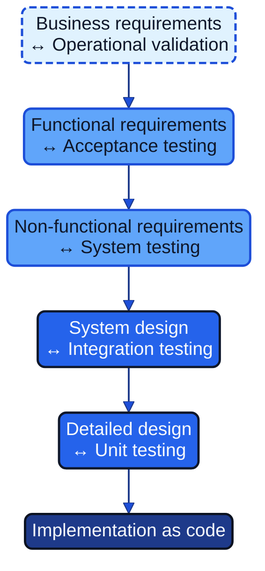
This is docs/images/diagram_02_v_model.png from Geonitab/architecture_as_code, a Mermaid export, as it was before one commit. Its source is kept beside it as docs/images/diagram_02_v_model.mmd.
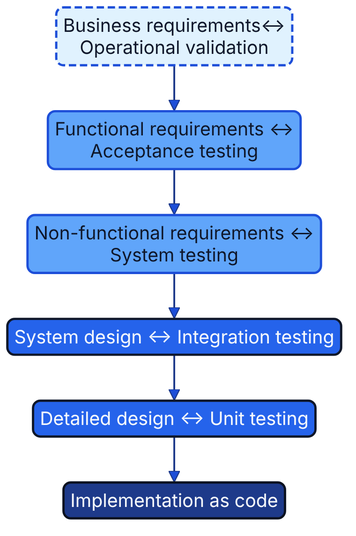
Later version of the same file.

The edit, as a diff of the source:
```diff
@@ -1,8 +1,8 @@
 flowchart TB
-    P1["Business requirements<br/>↔ Operational validation"]:::geon-muted
-    P2["Functional requirements<br/>↔ Acceptance testing"]:::geon-highlight
-    P3["Non-functional requirements<br/>↔ System testing"]:::geon-highlight
-    P4["System design<br/>↔ Integration testing"]:::geon-accent
-    P5["Detailed design<br/>↔ Unit testing"]:::geon-accent
+    P1["Business requirements↔<br/>Operational validation"]:::geon-muted
+    P2["Functional requirements ↔<br/>Acceptance testing"]:::geon-highlight
+    P3["Non-functional requirements ↔<br/>System testing"]:::geon-highlight
+    P4["System design ↔ Integration testing"]:::geon-accent
+    P5["Detailed design ↔ Unit testing"]:::geon-accent
     CODE["Implementation as code"]:::geon-primary
     P1 --> P2 --> P3 --> P4 --> P5 --> CODE
```
